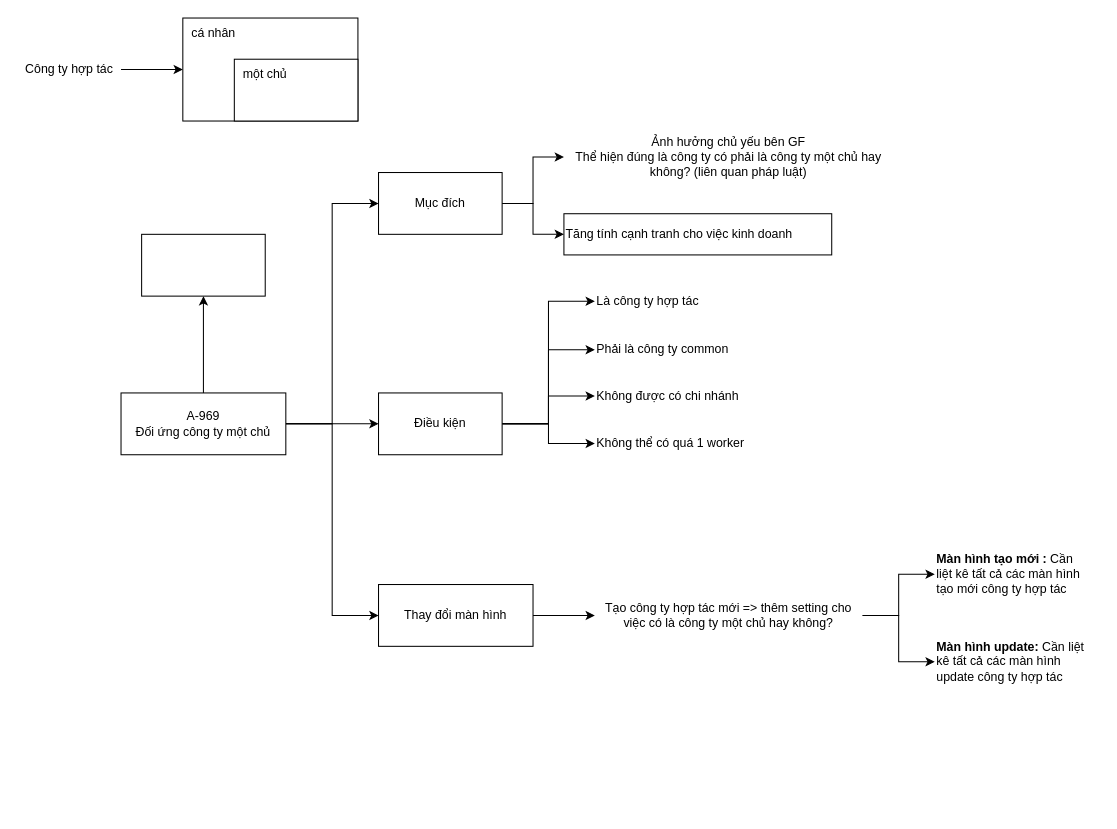
This is page "A-969" (3 of 3) of Biểu đồ không có tiêu đề.drawio from hoangpn256/diagram, a draw.io file, before an edit. Source tidied: cells renumbered, new cells numbered last; positions are measured from the earlier drawing's top-left corner, leaving out a move shared by most shapes. Both pictures are drawn from the tidied source at 103%, with x=0, y=0 at pixel (18, 18).
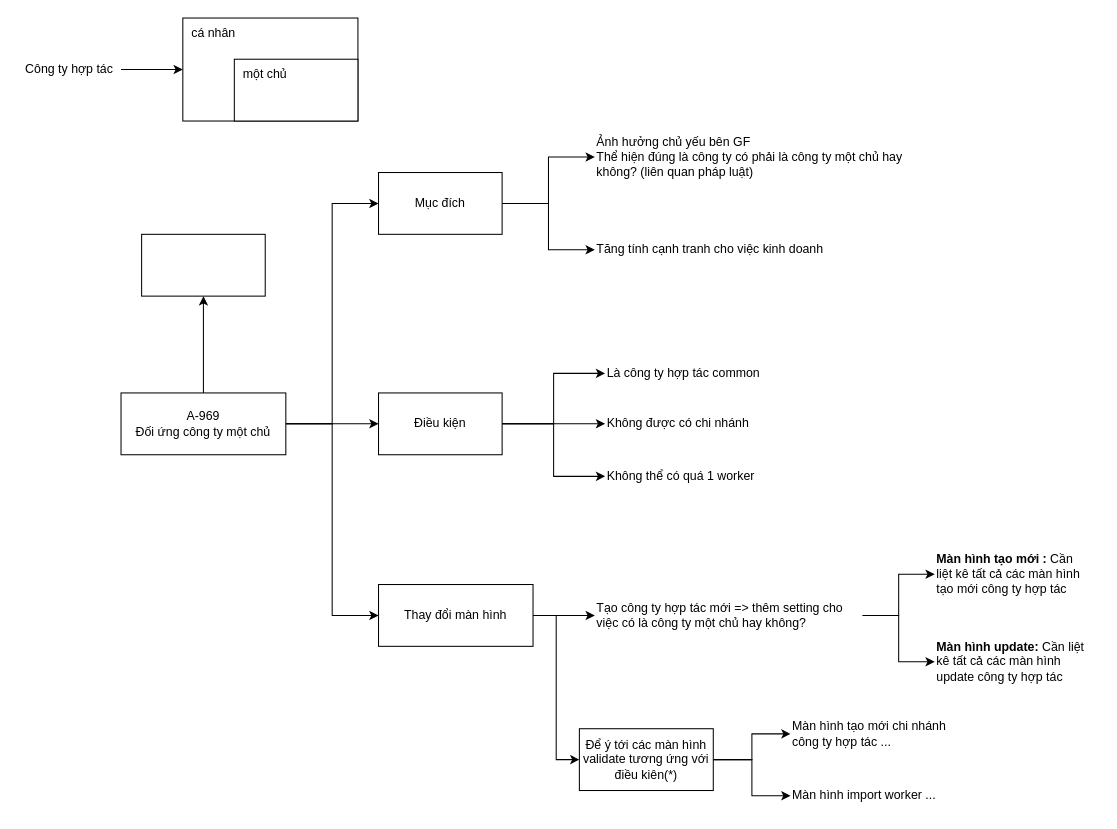
Above is the later version.

The change refers to these unchanged cells:
```xml
<mxCell id="10" value="Mục đích" style="rounded=0;whiteSpace=wrap;html=1;" parent="1" vertex="1">
  <mxGeometry x="350" y="150" width="120" height="60" as="geometry" />
</mxCell>
<mxCell id="15" value="Điều kiện" style="rounded=0;whiteSpace=wrap;html=1;" parent="1" vertex="1">
  <mxGeometry x="350" y="364" width="120" height="60" as="geometry" />
</mxCell>
<mxCell id="17" value="Thay đổi màn hình" style="rounded=0;whiteSpace=wrap;html=1;" parent="1" vertex="1">
  <mxGeometry x="350" y="550" width="150" height="60" as="geometry" />
</mxCell>
```

Diff of the diagram source:
```diff
@@
-    <mxCell id="9" style="edgeStyle=orthogonalEdgeStyle;rounded=0;jettySize=auto;html=1;exitX=1;exitY=0.5;exitDx=0;exitDy=0;" parent="1" edge="1" source="10" target="23">
+    <mxCell id="9" style="edgeStyle=orthogonalEdgeStyle;rounded=0;jettySize=auto;html=1;exitX=1;exitY=0.5;exitDx=0;exitDy=0;entryX=0;entryY=0.5;entryDx=0;entryDy=0;" parent="1" edge="1" source="10" target="23">
       <mxGeometry relative="1" as="geometry" />
     </mxCell>
@@
-    <mxCell id="12" style="edgeStyle=orthogonalEdgeStyle;rounded=0;jettySize=auto;html=1;exitX=1;exitY=0.5;exitDx=0;exitDy=0;entryX=0;entryY=0.5;entryDx=0;entryDy=0;" parent="1" edge="1" source="15" target="27">
-      <mxGeometry relative="1" as="geometry" />
-    </mxCell>
@@
+    <mxCell id="36" style="edgeStyle=orthogonalEdgeStyle;rounded=0;jettySize=auto;html=1;exitX=1;exitY=0.5;exitDx=0;exitDy=0;entryX=0;entryY=0.5;entryDx=0;entryDy=0;" parent="1" edge="1" source="17" target="39">
+      <mxGeometry relative="1" as="geometry" />
+    </mxCell>
@@
-    <mxCell id="23" value="Tăng tính cạnh tranh cho việc kinh doanh" style="rounded=0;whiteSpace=wrap;html=1;align=left;" parent="1" vertex="1">
-      <mxGeometry x="530" y="190" width="260" height="40" as="geometry" />
-    </mxCell>
@@
-    <mxCell id="26" value="Phải là công ty common" style="text;html=1;strokeColor=none;fillColor=none;align=left;verticalAlign=middle;whiteSpace=wrap;rounded=0;" parent="1" vertex="1">
-      <mxGeometry x="560" y="307" width="160" height="30" as="geometry" />
+    <mxCell id="26" value="Là công ty hợp tác common" style="text;html=1;strokeColor=none;fillColor=none;align=left;verticalAlign=middle;whiteSpace=wrap;rounded=0;" parent="1" vertex="1">
+      <mxGeometry x="570" y="330" width="160" height="30" as="geometry" />
     </mxCell>
-    <mxCell id="27" value="Là công ty hợp tác" style="text;html=1;strokeColor=none;fillColor=none;align=left;verticalAlign=middle;whiteSpace=wrap;rounded=0;" parent="1" vertex="1">
-      <mxGeometry x="560" y="260" width="160" height="30" as="geometry" />
-    </mxCell>
     <mxCell id="28" value="Không được có chi nhánh" style="text;html=1;strokeColor=none;fillColor=none;align=left;verticalAlign=middle;whiteSpace=wrap;rounded=0;" parent="1" vertex="1">
-      <mxGeometry x="560" y="352" width="160" height="30" as="geometry" />
+      <mxGeometry x="570" y="379" width="160" height="30" as="geometry" />
     </mxCell>
@@
-    <mxCell id="31" value="Tạo công ty hợp tác mới =&amp;gt; thêm setting cho việc có là công ty một chủ hay không?" style="text;html=1;strokeColor=none;fillColor=none;align=center;verticalAlign=middle;whiteSpace=wrap;rounded=0;" parent="1" vertex="1">
+    <mxCell id="31" value="Tạo công ty hợp tác mới =&amp;gt; thêm setting cho việc có là công ty một chủ hay không?" style="text;html=1;strokeColor=none;fillColor=none;align=left;verticalAlign=middle;whiteSpace=wrap;rounded=0;" parent="1" vertex="1">
       <mxGeometry x="560" y="560" width="260" height="40" as="geometry" />
     </mxCell>
@@
-    <mxCell id="33" value="&lt;span style=&quot;text-align: left;&quot;&gt;Ảnh hưởng chủ yếu bên GF&lt;/span&gt;&lt;br style=&quot;text-align: left;&quot;&gt;&lt;span style=&quot;text-align: left;&quot;&gt;Thể hiện đúng là công ty có phải là công ty một chủ hay không? (liên quan pháp luật)&lt;/span&gt;" style="text;html=1;strokeColor=none;fillColor=none;align=center;verticalAlign=middle;whiteSpace=wrap;rounded=0;" parent="1" vertex="1">
-      <mxGeometry x="530" y="110" width="320" height="50" as="geometry" />
+    <mxCell id="33" value="&lt;span style=&quot;&quot;&gt;Ảnh hưởng chủ yếu bên GF&lt;/span&gt;&lt;br style=&quot;&quot;&gt;&lt;span style=&quot;&quot;&gt;Thể hiện đúng là công ty có phải là công ty một chủ hay không? (liên quan pháp luật)&lt;/span&gt;" style="text;html=1;strokeColor=none;fillColor=none;align=left;verticalAlign=middle;whiteSpace=wrap;rounded=0;" parent="1" vertex="1">
+      <mxGeometry x="560" y="110" width="320" height="50" as="geometry" />
     </mxCell>
@@
     <mxCell id="35" value="Không thể có quá 1 worker" style="text;html=1;strokeColor=none;fillColor=none;align=left;verticalAlign=middle;whiteSpace=wrap;rounded=0;" parent="1" vertex="1">
-      <mxGeometry x="560" y="398" width="160" height="30" as="geometry" />
+      <mxGeometry x="570" y="430" width="160" height="30" as="geometry" />
     </mxCell>
+    <mxCell id="37" style="edgeStyle=orthogonalEdgeStyle;rounded=0;jettySize=auto;html=1;exitX=1;exitY=0.5;exitDx=0;exitDy=0;entryX=0;entryY=0.5;entryDx=0;entryDy=0;" parent="1" edge="1" source="39" target="40">
+      <mxGeometry relative="1" as="geometry" />
+    </mxCell>
+    <mxCell id="38" style="edgeStyle=orthogonalEdgeStyle;rounded=0;jettySize=auto;html=1;exitX=1;exitY=0.5;exitDx=0;exitDy=0;" parent="1" edge="1" source="39" target="41">
+      <mxGeometry relative="1" as="geometry" />
+    </mxCell>
+    <mxCell id="39" value="Để ý tới các màn hình validate tương ứng với điều kiên(*)" style="rounded=0;whiteSpace=wrap;html=1;align=center;" parent="1" vertex="1">
+      <mxGeometry x="545" y="690" width="130" height="60" as="geometry" />
+    </mxCell>
+    <mxCell id="40" value="Màn hình tạo mới chi nhánh công ty hợp tác ..." style="text;html=1;strokeColor=none;fillColor=none;align=left;verticalAlign=middle;whiteSpace=wrap;rounded=0;" parent="1" vertex="1">
+      <mxGeometry x="750" y="680" width="160" height="30" as="geometry" />
+    </mxCell>
+    <mxCell id="41" value="Màn hình import worker ..." style="text;html=1;strokeColor=none;fillColor=none;align=left;verticalAlign=middle;whiteSpace=wrap;rounded=0;" parent="1" vertex="1">
+      <mxGeometry x="750" y="740" width="160" height="30" as="geometry" />
+    </mxCell>
+    <mxCell id="23" value="&lt;span style=&quot;&quot;&gt;Tăng tính cạnh tranh cho việc kinh doanh&lt;/span&gt;" style="text;html=1;strokeColor=none;fillColor=none;align=left;verticalAlign=middle;whiteSpace=wrap;rounded=0;" parent="1" vertex="1">
+      <mxGeometry x="560" y="210" width="250" height="30" as="geometry" />
+    </mxCell>
```
